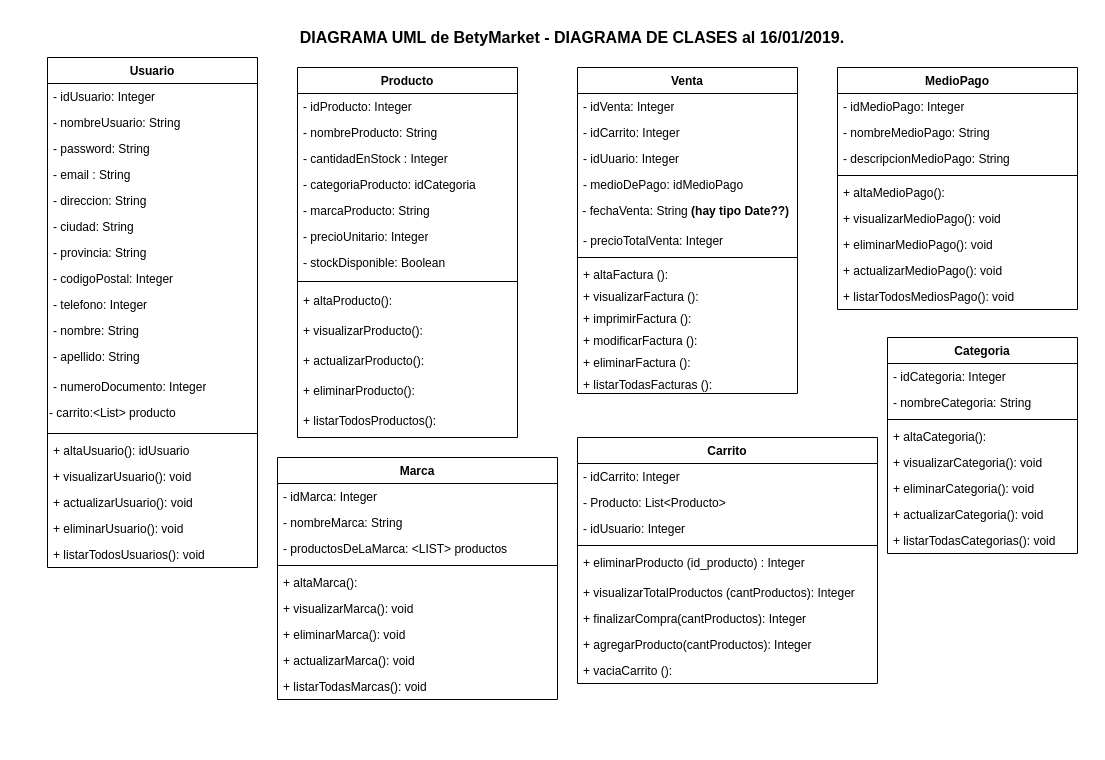
Neri23/BetyMarketJava keeps this draw.io diagram as Diagrama UML BetyMarket.drawio. Above is the earlier version. Source tidied: cells renumbered, new cells numbered last; positions are measured from the earlier drawing's top-left corner, leaving out a move shared by most shapes. Both pictures are drawn from the tidied source at 100%, with x=0, y=0 at pixel (47, 17).
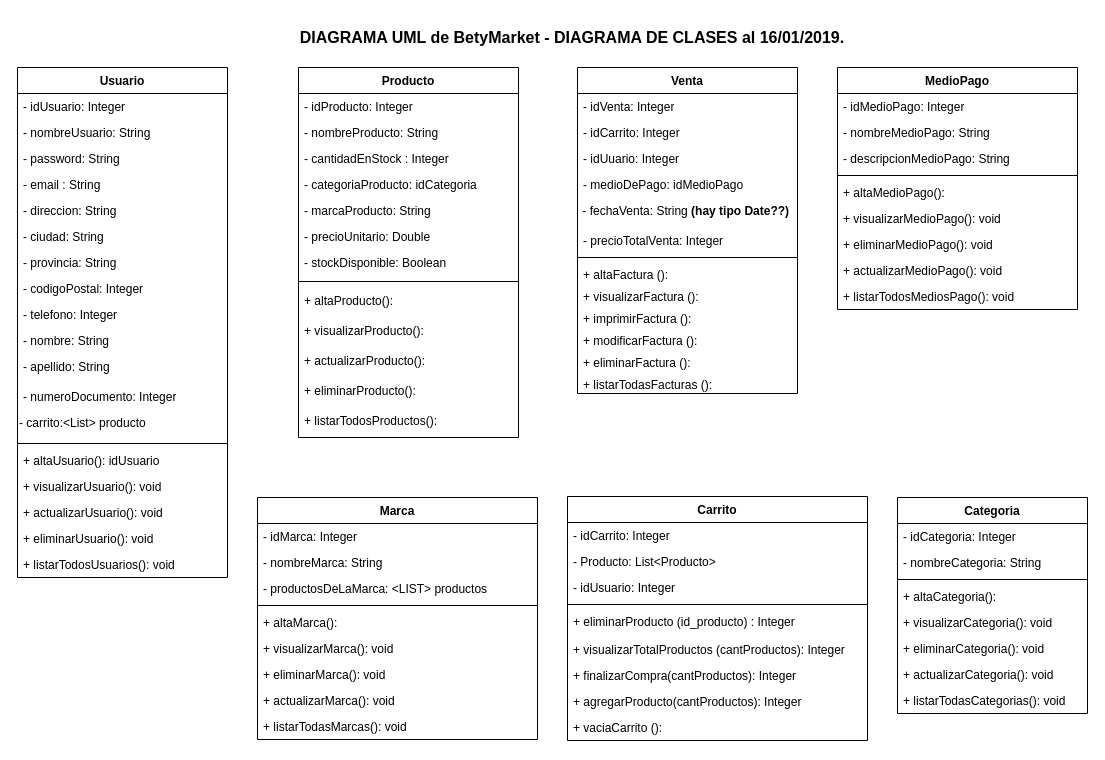
The same diagram, later.

What changed in the source:
```diff
@@
     <mxCell id="3" value="Usuario" style="swimlane;fontStyle=1;align=center;verticalAlign=top;horizontal=1;startSize=26;" parent="1" vertex="1">
-      <mxGeometry y="40" width="210" height="510" as="geometry" />
+      <mxGeometry x="-30" y="50" width="210" height="510" as="geometry" />
     </mxCell>
@@
     <mxCell id="37" value="Producto" style="swimlane;fontStyle=1;align=center;verticalAlign=top;horizontal=1;startSize=26;" parent="1" vertex="1">
-      <mxGeometry x="250" y="50" width="220" height="370" as="geometry" />
+      <mxGeometry x="251" y="50" width="220" height="370" as="geometry" />
     </mxCell>
@@
-    <mxCell id="43" value="- precioUnitario: Integer" style="text;html=1;strokeColor=none;fillColor=none;align=left;verticalAlign=top;spacingLeft=4;spacingRight=4;whiteSpace=wrap;overflow=hidden;" parent="37" vertex="1">
+    <mxCell id="43" value="- precioUnitario: Double" style="text;html=1;strokeColor=none;fillColor=none;align=left;verticalAlign=top;spacingLeft=4;spacingRight=4;whiteSpace=wrap;overflow=hidden;" parent="37" vertex="1">
       <mxGeometry y="156" width="220" height="26" as="geometry" />
     </mxCell>
@@
     <mxCell id="51" value="Carrito" style="swimlane;fontStyle=1;align=center;verticalAlign=top;horizontal=1;startSize=26;" parent="1" vertex="1">
-      <mxGeometry x="530" y="420" width="300" height="246" as="geometry" />
+      <mxGeometry x="520" y="479" width="300" height="244" as="geometry" />
     </mxCell>
@@
     <mxCell id="56" value="+ eliminarProducto (id_producto) : Integer" style="text;strokeColor=none;fillColor=none;align=left;verticalAlign=top;spacingLeft=4;spacingRight=4;overflow=hidden;" parent="51" vertex="1">
-      <mxGeometry y="112" width="300" height="30" as="geometry" />
+      <mxGeometry y="112" width="300" height="28" as="geometry" />
     </mxCell>
     <mxCell id="57" value="+ visualizarTotalProductos (cantProductos): Integer" style="text;strokeColor=none;fillColor=none;align=left;verticalAlign=top;spacingLeft=4;spacingRight=4;overflow=hidden;" parent="51" vertex="1">
-      <mxGeometry y="142" width="300" height="26" as="geometry" />
+      <mxGeometry y="140" width="300" height="26" as="geometry" />
     </mxCell>
     <mxCell id="58" value="+ finalizarCompra(cantProductos): Integer" style="text;strokeColor=none;fillColor=none;align=left;verticalAlign=top;spacingLeft=4;spacingRight=4;overflow=hidden;" parent="51" vertex="1">
-      <mxGeometry y="168" width="300" height="26" as="geometry" />
+      <mxGeometry y="166" width="300" height="26" as="geometry" />
     </mxCell>
     <mxCell id="59" value="+ agregarProducto(cantProductos): Integer" style="text;strokeColor=none;fillColor=none;align=left;verticalAlign=top;spacingLeft=4;spacingRight=4;overflow=hidden;" parent="51" vertex="1">
-      <mxGeometry y="194" width="300" height="26" as="geometry" />
+      <mxGeometry y="192" width="300" height="26" as="geometry" />
     </mxCell>
     <mxCell id="60" value="+ vaciaCarrito (): " style="text;strokeColor=none;fillColor=none;align=left;verticalAlign=top;spacingLeft=4;spacingRight=4;overflow=hidden;" parent="51" vertex="1">
-      <mxGeometry y="220" width="300" height="26" as="geometry" />
+      <mxGeometry y="218" width="300" height="26" as="geometry" />
     </mxCell>
     <mxCell id="61" value="Marca" style="swimlane;fontStyle=1;align=center;verticalAlign=top;horizontal=1;startSize=26;" parent="1" vertex="1">
-      <mxGeometry x="230" y="440" width="280" height="242" as="geometry" />
+      <mxGeometry x="210" y="480" width="280" height="242" as="geometry" />
     </mxCell>
@@
     <mxCell id="81" value="Categoria" style="swimlane;fontStyle=1;align=center;verticalAlign=top;horizontal=1;startSize=26;" parent="1" vertex="1">
-      <mxGeometry x="840" y="320" width="190" height="216" as="geometry" />
+      <mxGeometry x="850" y="480" width="190" height="216" as="geometry" />
     </mxCell>
```
